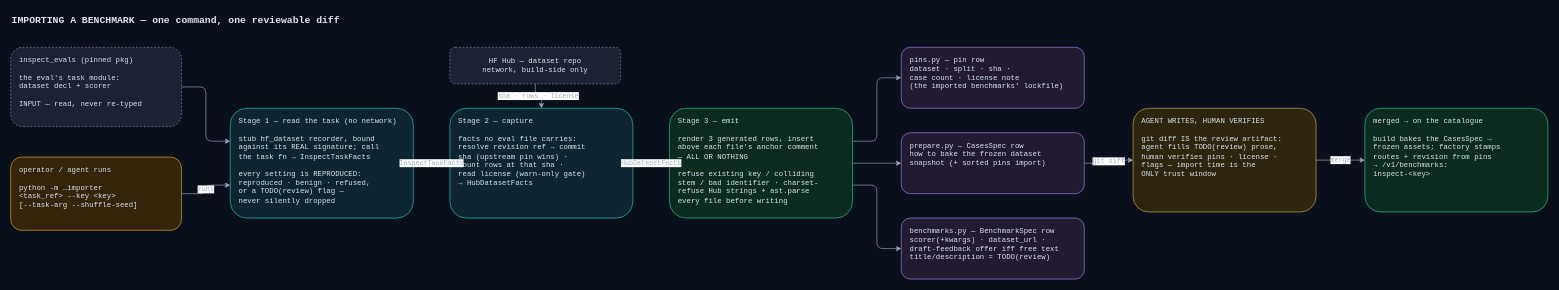
Above: apps/screamingface-engine/docs/diagrams/importer-pipeline.drawio in ScreamingFace/screamingface (draw.io), before the change. Source tidied: cells renumbered, new cells numbered last; positions are measured from the earlier drawing's top-left corner, leaving out a move shared by most shapes. Both pictures are drawn from the tidied source at 61%, with x=0, y=0 at pixel (10, 10).
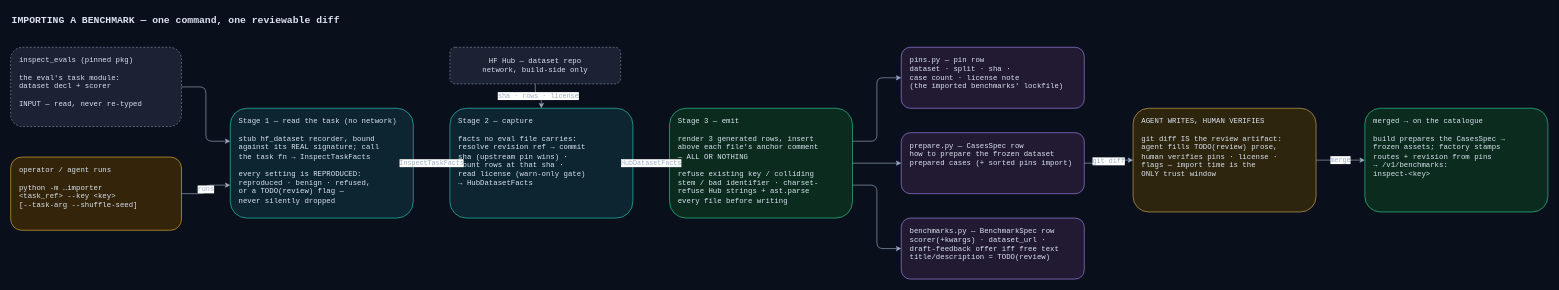
The same diagram, later.

Diff of the diagram source:
```diff
@@
-    <mxCell id="10" value="prepare.py — CasesSpec row&#10;how to bake the frozen dataset&#10;snapshot (+ sorted pins import)" style="rounded=1;whiteSpace=wrap;html=1;fillColor=#221a33;strokeColor=#a78bfa;fontColor=#dbe4f0;fontFamily=Courier New;fontSize=12;align=left;spacingLeft=12;verticalAlign=top;spacingTop=8;" parent="1" vertex="1">
+    <mxCell id="10" value="prepare.py — CasesSpec row&#10;how to prepare the frozen dataset&#10;prepared cases (+ sorted pins import)" style="rounded=1;whiteSpace=wrap;html=1;fillColor=#221a33;strokeColor=#a78bfa;fontColor=#dbe4f0;fontFamily=Courier New;fontSize=12;align=left;spacingLeft=12;verticalAlign=top;spacingTop=8;" parent="1" vertex="1">
       <mxGeometry x="1460" y="200" width="300" height="100" as="geometry" />
     </mxCell>
@@
-    <mxCell id="13" value="merged → on the catalogue&#10;&#10;build bakes the CasesSpec →&#10;frozen assets; factory stamps&#10;routes + revision from pins&#10;→ /v1/benchmarks:&#10;inspect-&amp;lt;key&amp;gt;" style="rounded=1;whiteSpace=wrap;html=1;fillColor=#0a2b1e;strokeColor=#34d399;fontColor=#dbe4f0;fontFamily=Courier New;fontSize=12;align=left;spacingLeft=12;verticalAlign=top;spacingTop=8;" parent="1" vertex="1">
+    <mxCell id="13" value="merged → on the catalogue&#10;&#10;build prepares the CasesSpec →&#10;frozen assets; factory stamps&#10;routes + revision from pins&#10;→ /v1/benchmarks:&#10;inspect-&amp;lt;key&amp;gt;" style="rounded=1;whiteSpace=wrap;html=1;fillColor=#0a2b1e;strokeColor=#34d399;fontColor=#dbe4f0;fontFamily=Courier New;fontSize=12;align=left;spacingLeft=12;verticalAlign=top;spacingTop=8;" parent="1" vertex="1">
       <mxGeometry x="2220" y="160" width="300" height="170" as="geometry" />
     </mxCell>
```
